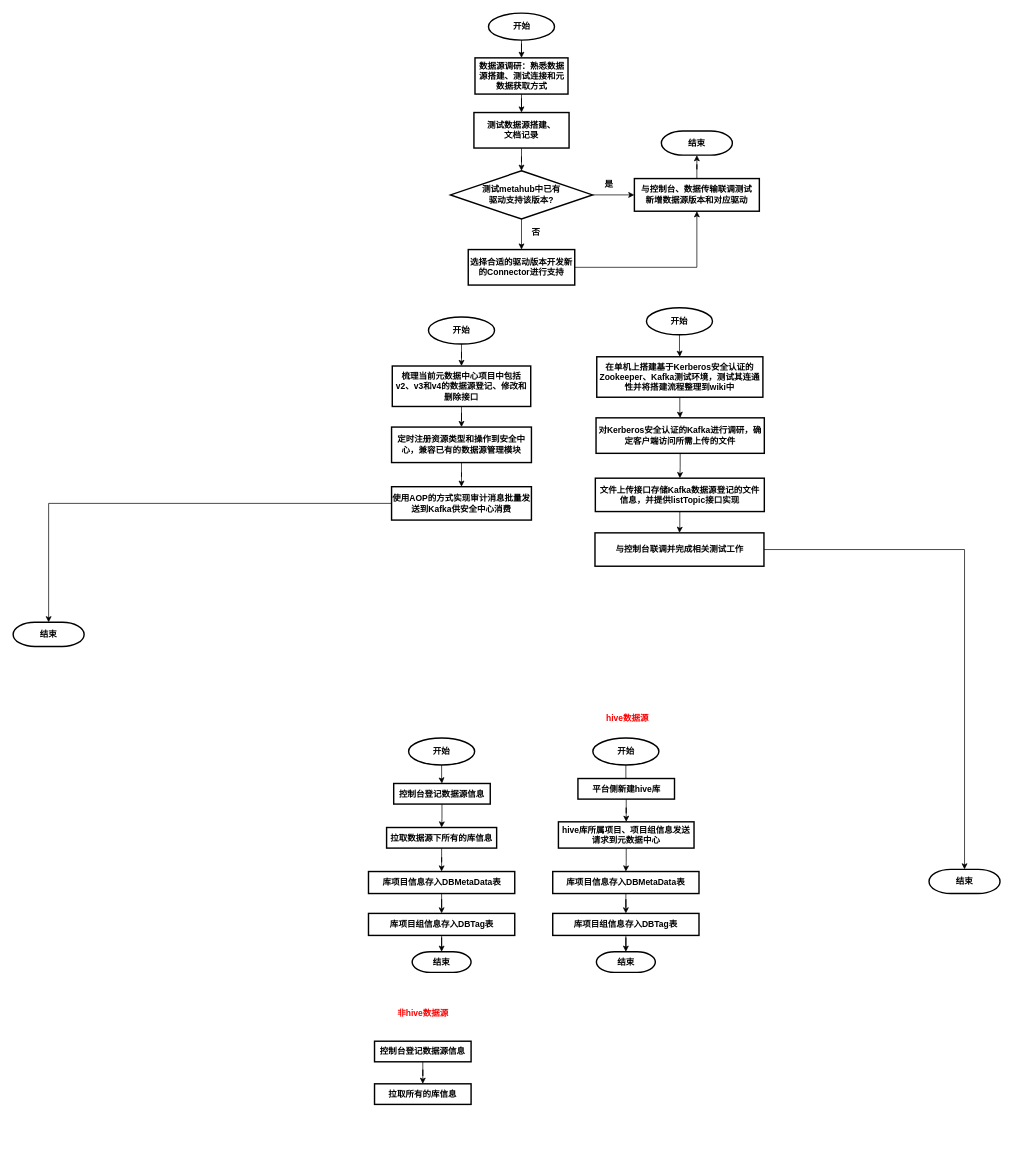
The draw.io diagram cmd/未命名绘图.drawio in yangminWFN/studynotes, before the edit. Source tidied: cells renumbered, new cells numbered last; positions are measured from the earlier drawing's top-left corner, leaving out a move shared by most shapes. Both pictures are drawn from the tidied source at 71%, with x=0, y=0 at pixel (13, 13).
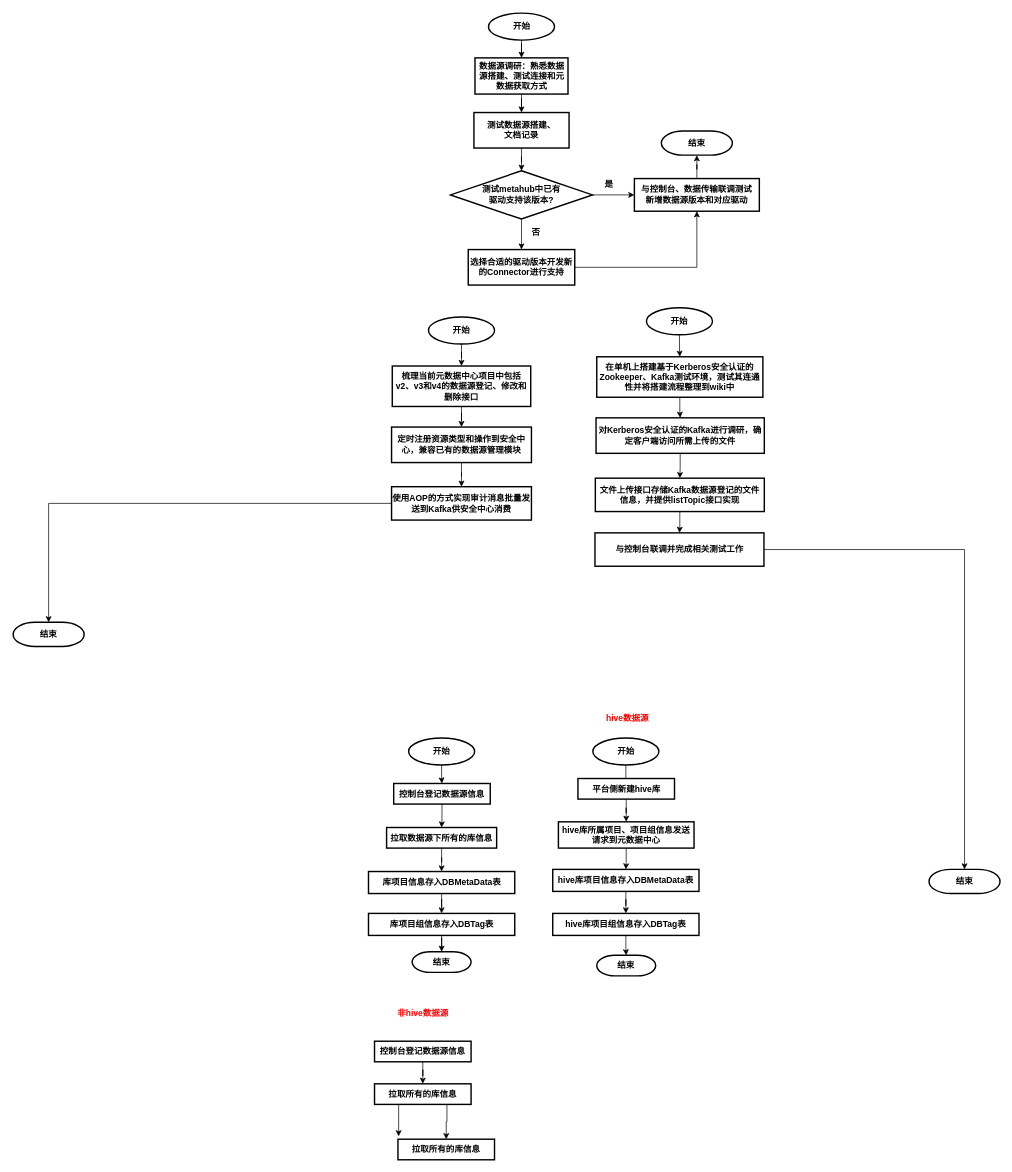
The same diagram, later.

Commit message:
更新未命名绘图.drawio

The change refers to these unchanged cells:
```xml
<mxCell id="64" value="&lt;font color=&quot;#000000&quot;&gt;拉取所有的库信息&lt;/font&gt;" style="whiteSpace=wrap;html=1;strokeWidth=2;fontStyle=1;strokeColor=#000000;fontColor=#FF0000;" parent="1" vertex="1">
  <mxGeometry x="509" y="1508" width="136" height="29" as="geometry" />
</mxCell>
```

Diff of the diagram source:
```diff
@@
-    <mxCell id="57" value="库项目信息存入DBMetaData表" style="whiteSpace=wrap;html=1;strokeWidth=2;fontStyle=1;" parent="1" vertex="1">
-      <mxGeometry x="760" y="1209" width="206" height="31" as="geometry" />
+    <mxCell id="57" value="hive库项目信息存入DBMetaData表" style="whiteSpace=wrap;html=1;strokeWidth=2;fontStyle=1;" parent="1" vertex="1">
+      <mxGeometry x="760" y="1206" width="206" height="31" as="geometry" />
     </mxCell>
@@
-    <mxCell id="59" style="edgeStyle=orthogonalEdgeStyle;rounded=0;jettySize=auto;html=1;fontColor=#FF0000;" parent="1" edge="1" source="60" target="61">
+    <mxCell id="59" style="edgeStyle=orthogonalEdgeStyle;rounded=0;jettySize=auto;html=1;fontColor=#000000;" parent="1" edge="1" source="60" target="61">
       <mxGeometry relative="1" as="geometry" />
     </mxCell>
-    <mxCell id="60" value="库项目组信息存入DBTag表" style="whiteSpace=wrap;html=1;strokeWidth=2;fontStyle=1;" parent="1" vertex="1">
+    <mxCell id="60" value="hive库项目组信息存入DBTag表" style="whiteSpace=wrap;html=1;strokeWidth=2;fontStyle=1;" parent="1" vertex="1">
       <mxGeometry x="760" y="1268" width="206" height="31" as="geometry" />
     </mxCell>
     <mxCell id="61" value="&lt;font color=&quot;#000000&quot;&gt;结束&lt;/font&gt;" style="strokeWidth=2;html=1;shape=mxgraph.flowchart.terminator;whiteSpace=wrap;fontColor=#FF0000;fontStyle=1;" parent="1" vertex="1">
-      <mxGeometry x="821.5" y="1322" width="83" height="29" as="geometry" />
+      <mxGeometry x="822" y="1327" width="83" height="29" as="geometry" />
     </mxCell>
@@
+    <mxCell id="65" style="edgeStyle=orthogonalEdgeStyle;rounded=0;jettySize=auto;html=1;exitX=0.75;exitY=1;exitDx=0;exitDy=0;fontColor=#000000;" parent="1" edge="1" source="64" target="67">
+      <mxGeometry relative="1" as="geometry" />
+    </mxCell>
@@
+    <mxCell id="66" style="endArrow=classic;html=1;rounded=0;fontColor=#000000;exitX=0.25;exitY=1;exitDx=0;exitDy=0;" parent="1" edge="1" source="64">
+      <mxGeometry relative="1" as="geometry">
+        <mxPoint x="543" y="1582" as="targetPoint" />
+      </mxGeometry>
+    </mxCell>
+    <mxCell id="67" value="&lt;font color=&quot;#000000&quot;&gt;拉取所有的库信息&lt;/font&gt;" style="whiteSpace=wrap;html=1;strokeWidth=2;fontStyle=1;strokeColor=#000000;fontColor=#FF0000;" parent="1" vertex="1">
+      <mxGeometry x="542" y="1586" width="136" height="29" as="geometry" />
+    </mxCell>
```
